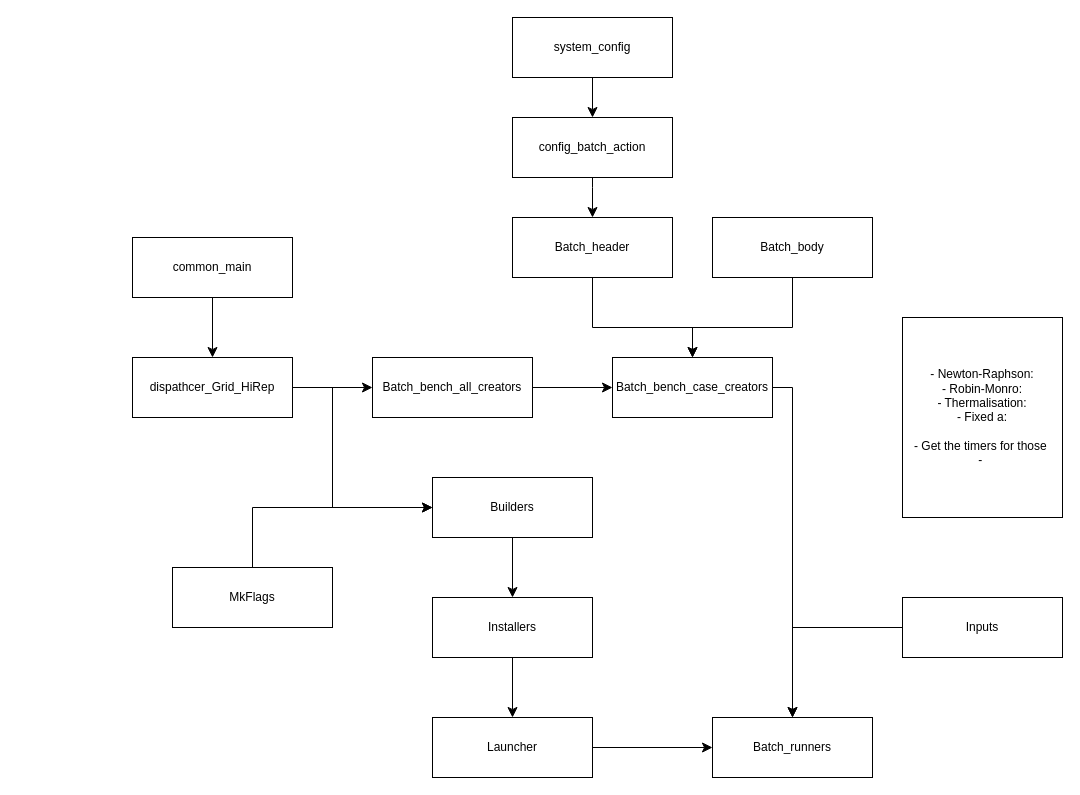
Before: doc/Batch_architecture.drawio in fbonnet08/Bench_Grid_HiRep, a draw.io diagram. Source tidied: cells renumbered, new cells numbered last; positions are measured from the earlier drawing's top-left corner, leaving out a move shared by most shapes. Both pictures are drawn from the tidied source at 100%, with x=0, y=0 at pixel (132, 17).
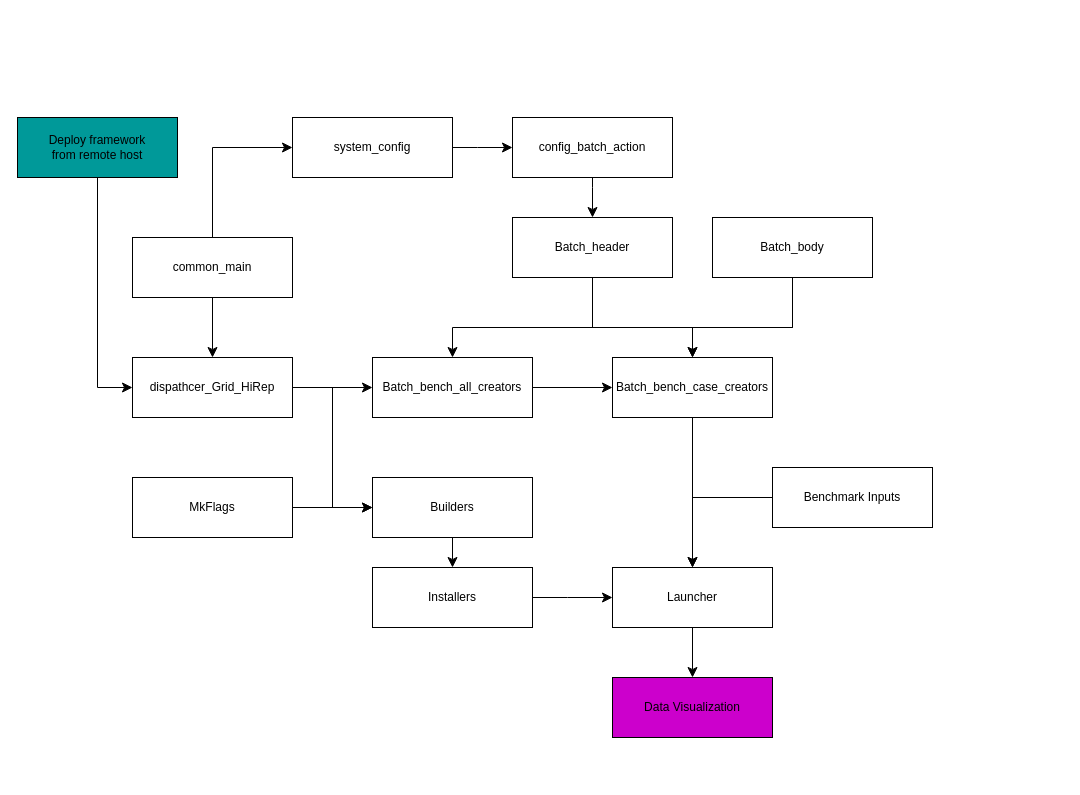
Above is the later version.

Unchanged cells that the change refers to:
```xml
<mxCell id="2" value="common_main" style="rounded=0;whiteSpace=wrap;html=1;" parent="1" vertex="1">
  <mxGeometry y="220" width="160" height="60" as="geometry" />
</mxCell>
<mxCell id="3" value="dispathcer_Grid_HiRep" style="rounded=0;whiteSpace=wrap;html=1;" parent="1" vertex="1">
  <mxGeometry y="340" width="160" height="60" as="geometry" />
</mxCell>
<mxCell id="7" value="Batch_bench_case_creators" style="rounded=0;whiteSpace=wrap;html=1;" parent="1" vertex="1">
  <mxGeometry x="480" y="340" width="160" height="60" as="geometry" />
</mxCell>
<mxCell id="9" value="Batch_body" style="rounded=0;whiteSpace=wrap;html=1;" parent="1" vertex="1">
  <mxGeometry x="580" y="200" width="160" height="60" as="geometry" />
</mxCell>
<mxCell id="26" value="config_batch_action" style="rounded=0;whiteSpace=wrap;html=1;" parent="1" vertex="1">
  <mxGeometry x="380" y="100" width="160" height="60" as="geometry" />
</mxCell>
<mxCell id="29" value="Batch_bench_all_creators" style="rounded=0;whiteSpace=wrap;html=1;" parent="1" vertex="1">
  <mxGeometry x="240" y="340" width="160" height="60" as="geometry" />
</mxCell>
```

Diff of the diagram source:
```diff
@@
     <mxCell id="4" value="Builders" style="rounded=0;whiteSpace=wrap;html=1;" parent="1" vertex="1">
-      <mxGeometry x="300" y="460" width="160" height="60" as="geometry" />
+      <mxGeometry x="240" y="460" width="160" height="60" as="geometry" />
     </mxCell>
     <mxCell id="5" value="Installers" style="rounded=0;whiteSpace=wrap;html=1;" parent="1" vertex="1">
-      <mxGeometry x="300" y="580" width="160" height="60" as="geometry" />
+      <mxGeometry x="240" y="550" width="160" height="60" as="geometry" />
     </mxCell>
     <mxCell id="6" value="Launcher" style="rounded=0;whiteSpace=wrap;html=1;" parent="1" vertex="1">
-      <mxGeometry x="300" y="700" width="160" height="60" as="geometry" />
+      <mxGeometry x="480" y="550" width="160" height="60" as="geometry" />
     </mxCell>
@@
-    <mxCell id="15" value="Batch_runners" style="rounded=0;whiteSpace=wrap;html=1;" parent="1" vertex="1">
-      <mxGeometry x="580" y="700" width="160" height="60" as="geometry" />
-    </mxCell>
-    <mxCell id="16" style="edgeStyle=segmentEdgeStyle;endArrow=classic;html=1;curved=0;rounded=0;endSize=8;startSize=8;entryX=0.5;entryY=0;entryDx=0;entryDy=0;exitX=1;exitY=0.5;exitDx=0;exitDy=0;" parent="1" edge="1" source="7" target="15">
+    <mxCell id="16" style="edgeStyle=segmentEdgeStyle;endArrow=classic;html=1;curved=0;rounded=0;endSize=8;startSize=8;entryX=0.5;entryY=0;entryDx=0;entryDy=0;exitX=0.5;exitY=1;exitDx=0;exitDy=0;" parent="1" edge="1" source="7" target="6">
       <mxGeometry relative="1" as="geometry">
         <Array as="points">
-          <mxPoint x="660" y="370" />
+          <mxPoint x="560" y="540" />
+          <mxPoint x="560" y="540" />
         </Array>
       </mxGeometry>
     </mxCell>
@@
-    <mxCell id="18" style="edgeStyle=segmentEdgeStyle;endArrow=classic;html=1;curved=0;rounded=0;endSize=8;startSize=8;exitX=0.5;exitY=1;exitDx=0;exitDy=0;entryX=0.5;entryY=0;entryDx=0;entryDy=0;" parent="1" edge="1" source="5" target="6">
-      <mxGeometry relative="1" as="geometry" />
+    <mxCell id="18" style="edgeStyle=segmentEdgeStyle;endArrow=classic;html=1;curved=0;rounded=0;endSize=8;startSize=8;exitX=1;exitY=0.5;exitDx=0;exitDy=0;entryX=0;entryY=0.5;entryDx=0;entryDy=0;" parent="1" edge="1" source="5" target="6">
+      <mxGeometry relative="1" as="geometry">
+        <Array as="points">
+          <mxPoint x="435" y="580" />
+          <mxPoint x="435" y="580" />
+        </Array>
+      </mxGeometry>
     </mxCell>
-    <mxCell id="19" style="edgeStyle=segmentEdgeStyle;endArrow=classic;html=1;curved=0;rounded=0;endSize=8;startSize=8;exitX=1;exitY=0.5;exitDx=0;exitDy=0;entryX=0;entryY=0.5;entryDx=0;entryDy=0;" parent="1" edge="1" source="6" target="15">
+    <mxCell id="19" style="edgeStyle=segmentEdgeStyle;endArrow=classic;html=1;curved=0;rounded=0;endSize=8;startSize=8;exitX=0.5;exitY=1;exitDx=0;exitDy=0;entryX=0.5;entryY=0;entryDx=0;entryDy=0;" parent="1" edge="1" source="6" target="31">
       <mxGeometry relative="1" as="geometry" />
     </mxCell>
-    <mxCell id="20" value="Inputs" style="rounded=0;whiteSpace=wrap;html=1;" parent="1" vertex="1">
-      <mxGeometry x="770" y="580" width="160" height="60" as="geometry" />
+    <mxCell id="20" value="Benchmark Inputs" style="rounded=0;whiteSpace=wrap;html=1;" parent="1" vertex="1">
+      <mxGeometry x="640" y="450" width="160" height="60" as="geometry" />
     </mxCell>
-    <mxCell id="21" style="edgeStyle=segmentEdgeStyle;endArrow=classic;html=1;curved=0;rounded=0;endSize=8;startSize=8;entryX=0.5;entryY=0;entryDx=0;entryDy=0;exitX=0;exitY=0.5;exitDx=0;exitDy=0;" parent="1" edge="1" source="20" target="15">
+    <mxCell id="21" style="edgeStyle=segmentEdgeStyle;endArrow=classic;html=1;curved=0;rounded=0;endSize=8;startSize=8;entryX=0.5;entryY=0;entryDx=0;entryDy=0;exitX=0;exitY=0.5;exitDx=0;exitDy=0;" parent="1" edge="1" source="20" target="6">
       <mxGeometry relative="1" as="geometry">
         <Array as="points">
-          <mxPoint x="660" y="610" />
+          <mxPoint x="560" y="480" />
         </Array>
       </mxGeometry>
     </mxCell>
     <mxCell id="22" value="MkFlags" style="rounded=0;whiteSpace=wrap;html=1;" parent="1" vertex="1">
-      <mxGeometry x="40" y="550" width="160" height="60" as="geometry" />
+      <mxGeometry y="460" width="160" height="60" as="geometry" />
     </mxCell>
-    <mxCell id="23" style="edgeStyle=segmentEdgeStyle;endArrow=classic;html=1;curved=0;rounded=0;endSize=8;startSize=8;entryX=0;entryY=0.5;entryDx=0;entryDy=0;exitX=0.5;exitY=0;exitDx=0;exitDy=0;" parent="1" edge="1" source="22" target="4">
-      <mxGeometry relative="1" as="geometry">
-        <Array as="points">
-          <mxPoint x="120" y="490" />
-        </Array>
-      </mxGeometry>
+    <mxCell id="23" style="edgeStyle=segmentEdgeStyle;endArrow=classic;html=1;curved=0;rounded=0;endSize=8;startSize=8;entryX=0;entryY=0.5;entryDx=0;entryDy=0;exitX=1;exitY=0.5;exitDx=0;exitDy=0;" parent="1" edge="1" source="22" target="4">
+      <mxGeometry relative="1" as="geometry" />
     </mxCell>
-    <mxCell id="24" value="- Newton-Raphson:&lt;br&gt;- Robin-Monro:&lt;br&gt;- Thermalisation:&lt;br&gt;- Fixed a:&lt;br&gt;&lt;br&gt;- Get the timers for those&amp;nbsp;&lt;br&gt;-&amp;nbsp;" style="rounded=0;whiteSpace=wrap;html=1;" parent="1" vertex="1">
-      <mxGeometry x="770" y="300" width="160" height="200" as="geometry" />
-    </mxCell>
     <mxCell id="25" value="system_config" style="rounded=0;whiteSpace=wrap;html=1;" parent="1" vertex="1">
-      <mxGeometry x="380" width="160" height="60" as="geometry" />
+      <mxGeometry x="160" y="100" width="160" height="60" as="geometry" />
     </mxCell>
@@
-    <mxCell id="27" style="edgeStyle=segmentEdgeStyle;endArrow=classic;html=1;curved=0;rounded=0;endSize=8;startSize=8;exitX=0.5;exitY=1;exitDx=0;exitDy=0;entryX=0.5;entryY=0;entryDx=0;entryDy=0;" parent="1" edge="1" source="25" target="26">
+    <mxCell id="27" style="edgeStyle=segmentEdgeStyle;endArrow=classic;html=1;curved=0;rounded=0;endSize=8;startSize=8;exitX=1;exitY=0.5;exitDx=0;exitDy=0;entryX=0;entryY=0.5;entryDx=0;entryDy=0;" parent="1" edge="1" source="25" target="26">
       <mxGeometry relative="1" as="geometry">
         <Array as="points">
-          <mxPoint x="460" y="60" />
-          <mxPoint x="460" y="60" />
+          <mxPoint x="345" y="130" />
+          <mxPoint x="345" y="130" />
         </Array>
       </mxGeometry>
     </mxCell>
@@
+    <mxCell id="31" value="Data Visualization" style="rounded=0;whiteSpace=wrap;html=1;fillColor=#CC00CC;" parent="1" vertex="1">
+      <mxGeometry x="480" y="660" width="160" height="60" as="geometry" />
+    </mxCell>
+    <mxCell id="32" style="edgeStyle=segmentEdgeStyle;endArrow=classic;html=1;curved=0;rounded=0;endSize=8;startSize=8;exitX=0.5;exitY=1;exitDx=0;exitDy=0;entryX=0.5;entryY=0;entryDx=0;entryDy=0;" parent="1" edge="1" source="9" target="29">
+      <mxGeometry relative="1" as="geometry">
+        <Array as="points">
+          <mxPoint x="660" y="310" />
+          <mxPoint x="320" y="310" />
+        </Array>
+      </mxGeometry>
+    </mxCell>
+    <mxCell id="33" style="edgeStyle=segmentEdgeStyle;endArrow=classic;html=1;curved=0;rounded=0;endSize=8;startSize=8;exitX=0.5;exitY=0;exitDx=0;exitDy=0;entryX=0;entryY=0.5;entryDx=0;entryDy=0;" parent="1" edge="1" source="2" target="25">
+      <mxGeometry relative="1" as="geometry">
+        <Array as="points">
+          <mxPoint x="80" y="130" />
+        </Array>
+      </mxGeometry>
+    </mxCell>
+    <mxCell id="34" value="Deploy framework&lt;br&gt;from remote host" style="rounded=0;whiteSpace=wrap;html=1;fillColor=#009999;" parent="1" vertex="1">
+      <mxGeometry x="-115" y="100" width="160" height="60" as="geometry" />
+    </mxCell>
+    <mxCell id="35" style="edgeStyle=segmentEdgeStyle;endArrow=classic;html=1;curved=0;rounded=0;endSize=8;startSize=8;exitX=0.5;exitY=1;exitDx=0;exitDy=0;entryX=0;entryY=0.5;entryDx=0;entryDy=0;" parent="1" edge="1" source="34" target="3">
+      <mxGeometry relative="1" as="geometry">
+        <Array as="points">
+          <mxPoint x="-35" y="370" />
+        </Array>
+      </mxGeometry>
+    </mxCell>
```
